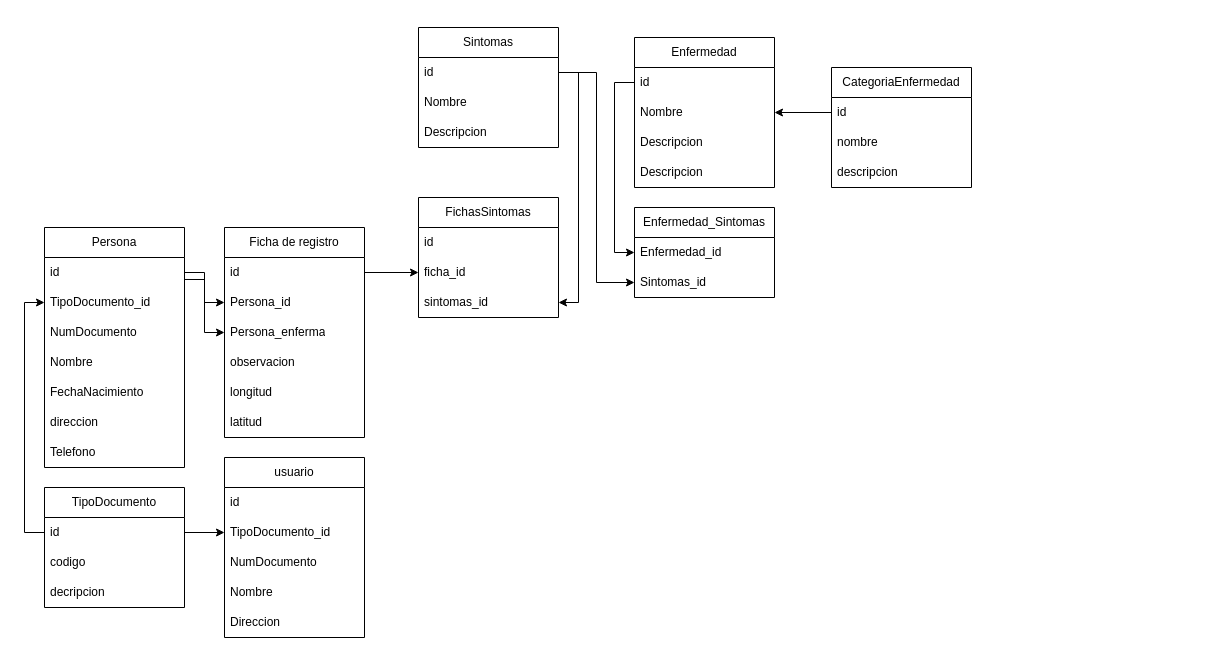
Earlier version of the draw.io diagram db.drawio (NomadaArlequin/PrevenTec). Source tidied: cells renumbered, new cells numbered last; positions are measured from the earlier drawing's top-left corner, leaving out a move shared by most shapes. Both pictures are drawn from the tidied source at 100%, with x=0, y=0 at pixel (44, 27).
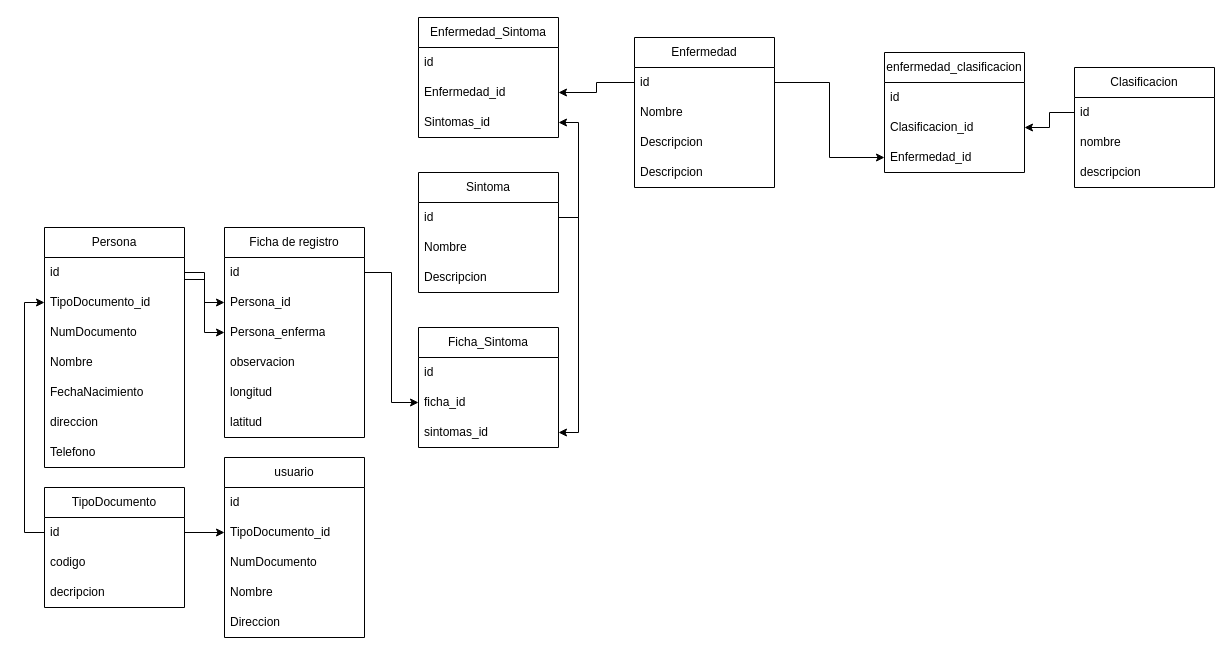
After the change.

Unchanged cells that the change refers to:
```xml
<mxCell id="3" value="id" style="text;strokeColor=none;fillColor=none;align=left;verticalAlign=middle;spacingLeft=4;spacingRight=4;overflow=hidden;points=[[0,0.5],[1,0.5]];portConstraint=eastwest;whiteSpace=wrap;html=1;" parent="2" vertex="1">
  <mxGeometry y="30" width="140" height="30" as="geometry" />
</mxCell>
<mxCell id="4" value="Nombre" style="text;strokeColor=none;fillColor=none;align=left;verticalAlign=middle;spacingLeft=4;spacingRight=4;overflow=hidden;points=[[0,0.5],[1,0.5]];portConstraint=eastwest;whiteSpace=wrap;html=1;" parent="2" vertex="1">
  <mxGeometry y="60" width="140" height="30" as="geometry" />
</mxCell>
<mxCell id="8" value="id" style="text;strokeColor=none;fillColor=none;align=left;verticalAlign=middle;spacingLeft=4;spacingRight=4;overflow=hidden;points=[[0,0.5],[1,0.5]];portConstraint=eastwest;whiteSpace=wrap;html=1;" parent="7" vertex="1">
  <mxGeometry y="30" width="140" height="30" as="geometry" />
</mxCell>
<mxCell id="52" value="id" style="text;strokeColor=none;fillColor=none;align=left;verticalAlign=middle;spacingLeft=4;spacingRight=4;overflow=hidden;points=[[0,0.5],[1,0.5]];portConstraint=eastwest;whiteSpace=wrap;html=1;" parent="51" vertex="1">
  <mxGeometry y="30" width="140" height="30" as="geometry" />
</mxCell>
```

Diff of the diagram source:
```diff
@@
-    <mxCell id="7" value="Sintomas" style="swimlane;fontStyle=0;horizontal=1;startSize=30;whiteSpace=wrap;html=1;" parent="1" vertex="1">
-      <mxGeometry x="374" width="140" height="120" as="geometry" />
+    <mxCell id="7" value="Sintoma" style="swimlane;fontStyle=0;horizontal=1;startSize=30;whiteSpace=wrap;html=1;" parent="1" vertex="1">
+      <mxGeometry x="374" y="145" width="140" height="120" as="geometry" />
     </mxCell>
@@
-    <mxCell id="11" value="Enfermedad_Sintomas" style="swimlane;fontStyle=0;horizontal=1;startSize=30;whiteSpace=wrap;html=1;" parent="1" vertex="1">
-      <mxGeometry x="590" y="180" width="140" height="90" as="geometry" />
+    <mxCell id="11" value="Enfermedad_Sintoma" style="swimlane;fontStyle=0;horizontal=1;startSize=30;whiteSpace=wrap;html=1;" parent="1" vertex="1">
+      <mxGeometry x="374" y="-10" width="140" height="120" as="geometry" />
     </mxCell>
+    <mxCell id="56" value="id" style="text;strokeColor=none;fillColor=none;align=left;verticalAlign=middle;spacingLeft=4;spacingRight=4;overflow=hidden;whiteSpace=wrap;html=1;" parent="11" vertex="1">
+      <mxGeometry y="30" width="140" height="30" as="geometry" />
+    </mxCell>
     <mxCell id="12" value="Enfermedad_id" style="text;strokeColor=none;fillColor=none;align=left;verticalAlign=middle;spacingLeft=4;spacingRight=4;overflow=hidden;points=[[0,0.5],[1,0.5]];portConstraint=eastwest;whiteSpace=wrap;html=1;" parent="11" vertex="1">
-      <mxGeometry y="30" width="140" height="30" as="geometry" />
+      <mxGeometry y="60" width="140" height="30" as="geometry" />
     </mxCell>
     <mxCell id="13" value="Sintomas_id" style="text;strokeColor=none;fillColor=none;align=left;verticalAlign=middle;spacingLeft=4;spacingRight=4;overflow=hidden;points=[[0,0.5],[1,0.5]];portConstraint=eastwest;whiteSpace=wrap;html=1;" parent="11" vertex="1">
-      <mxGeometry y="60" width="140" height="30" as="geometry" />
+      <mxGeometry y="90" width="140" height="30" as="geometry" />
     </mxCell>
-    <mxCell id="14" style="edgeStyle=orthogonalEdgeStyle;rounded=0;jettySize=auto;html=1;exitX=0;exitY=0.5;exitDx=0;exitDy=0;entryX=0;entryY=0.5;entryDx=0;entryDy=0;" parent="1" edge="1" source="3" target="12">
-      <mxGeometry relative="1" as="geometry" />
-    </mxCell>
@@
-    <mxCell id="30" value="FichasSintomas" style="swimlane;fontStyle=0;horizontal=1;startSize=30;whiteSpace=wrap;html=1;" parent="1" vertex="1">
-      <mxGeometry x="374" y="170" width="140" height="120" as="geometry" />
+    <mxCell id="30" value="Ficha_Sintoma" style="swimlane;fontStyle=0;horizontal=1;startSize=30;whiteSpace=wrap;html=1;" parent="1" vertex="1">
+      <mxGeometry x="374" y="300" width="140" height="120" as="geometry" />
     </mxCell>
@@
-    <mxCell id="50" style="edgeStyle=orthogonalEdgeStyle;rounded=0;jettySize=auto;html=1;exitX=1;exitY=0.5;exitDx=0;exitDy=0;entryX=0;entryY=0.5;entryDx=0;entryDy=0;" parent="1" edge="1" source="8" target="13">
+    <mxCell id="50" style="edgeStyle=orthogonalEdgeStyle;rounded=0;jettySize=auto;html=1;exitX=1;exitY=0.5;exitDx=0;exitDy=0;entryX=1;entryY=0.5;entryDx=0;entryDy=0;" parent="1" edge="1" source="8" target="13">
       <mxGeometry relative="1" as="geometry" />
     </mxCell>
-    <mxCell id="51" value="CategoriaEnfermedad" style="swimlane;fontStyle=0;horizontal=1;startSize=30;whiteSpace=wrap;html=1;" parent="1" vertex="1">
-      <mxGeometry x="787" y="40" width="140" height="120" as="geometry" />
+    <mxCell id="51" value="Clasificacion" style="swimlane;fontStyle=0;horizontal=1;startSize=30;whiteSpace=wrap;html=1;" parent="1" vertex="1">
+      <mxGeometry x="1030" y="40" width="140" height="120" as="geometry" />
     </mxCell>
@@
-    <mxCell id="55" style="edgeStyle=orthogonalEdgeStyle;rounded=0;jettySize=auto;html=1;entryX=1;entryY=0.5;entryDx=0;entryDy=0;" parent="1" edge="1" source="52" target="4">
+    <mxCell id="55" style="edgeStyle=orthogonalEdgeStyle;rounded=0;jettySize=auto;html=1;entryX=1;entryY=0.5;entryDx=0;entryDy=0;" parent="1" edge="1" source="52" target="59">
       <mxGeometry relative="1" as="geometry" />
     </mxCell>
+    <mxCell id="57" value="enfermedad_clasificacion" style="swimlane;fontStyle=0;horizontal=1;startSize=30;whiteSpace=wrap;html=1;" parent="1" vertex="1">
+      <mxGeometry x="840" y="25" width="140" height="120" as="geometry" />
+    </mxCell>
+    <mxCell id="58" value="id" style="text;strokeColor=none;fillColor=none;align=left;verticalAlign=middle;spacingLeft=4;spacingRight=4;overflow=hidden;whiteSpace=wrap;html=1;" parent="57" vertex="1">
+      <mxGeometry y="30" width="140" height="30" as="geometry" />
+    </mxCell>
+    <mxCell id="59" value="Clasificacion_id" style="text;strokeColor=none;fillColor=none;align=left;verticalAlign=middle;spacingLeft=4;spacingRight=4;overflow=hidden;points=[[0,0.5],[1,0.5]];portConstraint=eastwest;whiteSpace=wrap;html=1;" parent="57" vertex="1">
+      <mxGeometry y="60" width="140" height="30" as="geometry" />
+    </mxCell>
+    <mxCell id="60" value="Enfermedad_id" style="text;strokeColor=none;fillColor=none;align=left;verticalAlign=middle;spacingLeft=4;spacingRight=4;overflow=hidden;points=[[0,0.5],[1,0.5]];portConstraint=eastwest;whiteSpace=wrap;html=1;" parent="57" vertex="1">
+      <mxGeometry y="90" width="140" height="30" as="geometry" />
+    </mxCell>
+    <mxCell id="61" style="edgeStyle=orthogonalEdgeStyle;rounded=0;jettySize=auto;html=1;exitX=1;exitY=0.5;exitDx=0;exitDy=0;" parent="1" edge="1" source="3" target="60">
+      <mxGeometry relative="1" as="geometry" />
+    </mxCell>
+    <mxCell id="14" style="edgeStyle=orthogonalEdgeStyle;rounded=0;jettySize=auto;html=1;exitX=0;exitY=0.5;exitDx=0;exitDy=0;entryX=1;entryY=0.5;entryDx=0;entryDy=0;" parent="1" edge="1" source="3" target="12">
+      <mxGeometry relative="1" as="geometry" />
+    </mxCell>
```
